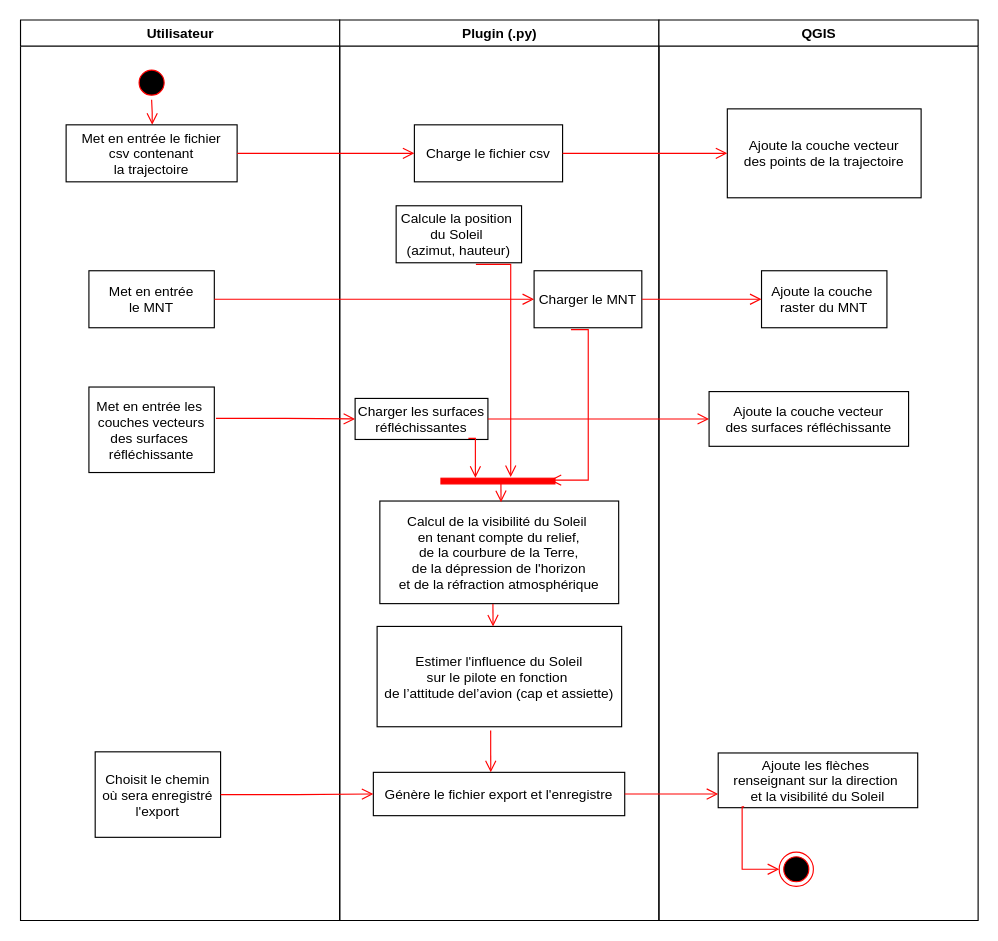
The draw.io diagram BEA/Diagramme sans nom.drawio in PaulCllch/BEA, before the edit. Source tidied: cells renumbered, new cells numbered last; positions are measured from the earlier drawing's top-left corner, leaving out a move shared by most shapes. Both pictures are drawn from the tidied source at 114%, with x=0, y=0 at pixel (19, 19).
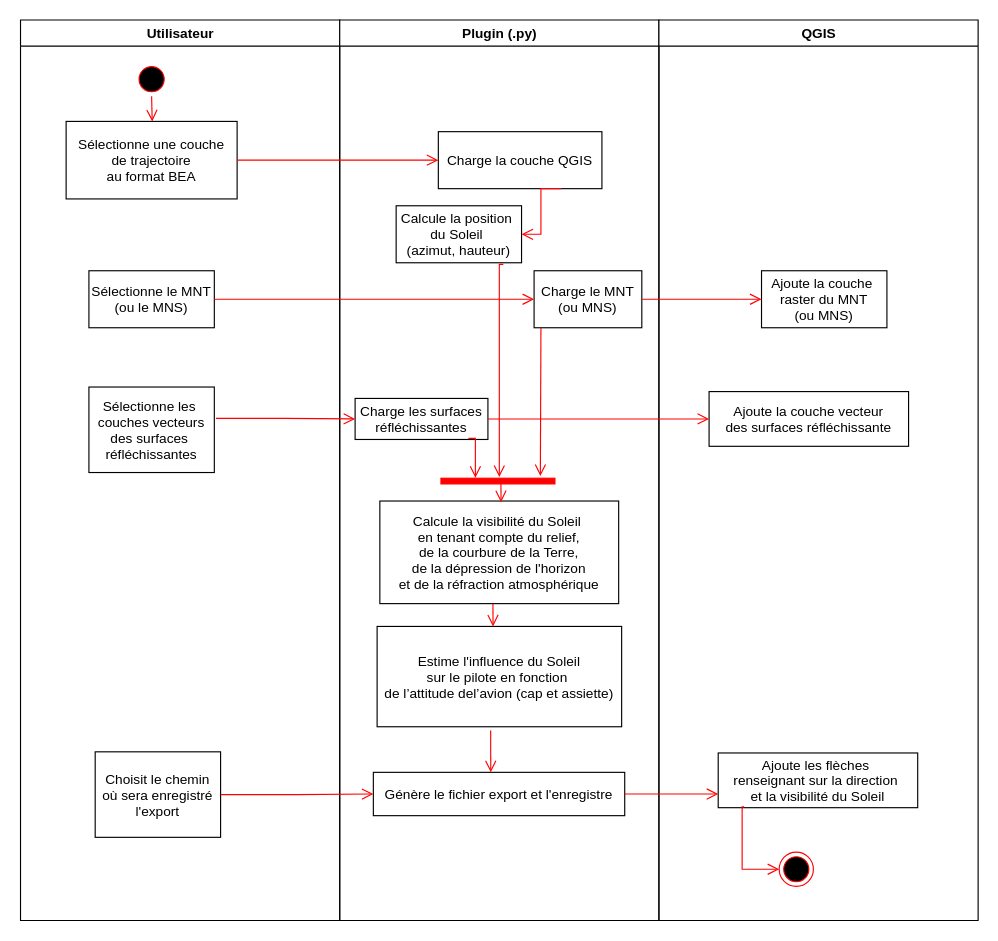
The same diagram, later.

Commit message:
Mettre à jour Activité.drawio

Unchanged cells that the change refers to:
```xml
<mxCell id="2" value="Utilisateur" style="swimlane;whiteSpace=wrap;" parent="1" vertex="1">
  <mxGeometry x="0.5" width="280" height="790" as="geometry" />
</mxCell>
<mxCell id="9" value="Plugin (.py)" style="swimlane;whiteSpace=wrap;" parent="1" vertex="1">
  <mxGeometry x="280.5" width="280" height="790" as="geometry" />
</mxCell>
<mxCell id="11" value="Calcule la position &#10;du Soleil &#10;(azimut, hauteur)" parent="9" vertex="1">
  <mxGeometry x="49.5" y="163" width="110" height="50" as="geometry" />
</mxCell>
<mxCell id="16" style="whiteSpace=wrap;strokeColor=#FF0000;fillColor=#FF0000;direction=south;" parent="9" vertex="1">
  <mxGeometry x="88.8" y="402" width="100" height="5" as="geometry" />
</mxCell>
<mxCell id="23" value="QGIS" style="swimlane;whiteSpace=wrap;startSize=23;" parent="1" vertex="1">
  <mxGeometry x="560.5" width="280" height="790" as="geometry" />
</mxCell>
```

The edit, as a diff of the source:
```diff
@@
     <mxCell id="3" style="ellipse;shape=startState;fillColor=#000000;strokeColor=#ff0000;" parent="2" vertex="1">
-      <mxGeometry x="100" y="40" width="30" height="30" as="geometry" />
+      <mxGeometry x="100" y="37" width="30" height="30" as="geometry" />
     </mxCell>
-    <mxCell id="4" style="edgeStyle=elbowEdgeStyle;elbow=horizontal;verticalAlign=bottom;endArrow=open;endSize=8;strokeColor=#FF0000;endFill=1;rounded=0;" parent="2" edge="1" source="3" target="5">
+    <mxCell id="4" style="edgeStyle=elbowEdgeStyle;elbow=horizontal;verticalAlign=bottom;endArrow=open;endSize=8;strokeColor=#FF0000;endFill=1;rounded=0;exitX=0.5;exitY=1;exitDx=0;exitDy=0;" parent="2" edge="1" source="3" target="5">
       <mxGeometry x="100" y="40" as="geometry" />
     </mxCell>
-    <mxCell id="5" value="Met en entrée le fichier&#10; csv contenant &#10;la trajectoire" parent="2" vertex="1">
-      <mxGeometry x="40" y="92" width="150" height="50" as="geometry" />
+    <mxCell id="5" value="Sélectionne une couche&#10;de trajectoire&#10;au format BEA" parent="2" vertex="1">
+      <mxGeometry x="40" y="89" width="150" height="68" as="geometry" />
     </mxCell>
-    <mxCell id="6" value="Met en entrée&#10;le MNT" parent="2" vertex="1">
+    <mxCell id="6" value="Sélectionne le MNT&#10;(ou le MNS)" parent="2" vertex="1">
       <mxGeometry x="60" y="220" width="110" height="50" as="geometry" />
     </mxCell>
-    <mxCell id="7" value="Met en entrée les &#10;couches vecteurs&#10;des surfaces &#10;réfléchissante" parent="2" vertex="1">
+    <mxCell id="7" value="Sélectionne les &#10;couches vecteurs&#10;des surfaces &#10;réfléchissantes" parent="2" vertex="1">
       <mxGeometry x="60" y="322" width="110" height="75" as="geometry" />
     </mxCell>
@@
-    <mxCell id="10" value="Charge le fichier csv" parent="9" vertex="1">
-      <mxGeometry x="65.5" y="92" width="130" height="50" as="geometry" />
+    <mxCell id="10" value="Charge la couche QGIS" parent="9" vertex="1">
+      <mxGeometry x="86.5" y="98" width="143.5" height="50" as="geometry" />
     </mxCell>
@@
-    <mxCell id="12" value="Charger le MNT" parent="9" vertex="1">
+    <mxCell id="12" value="Charge le MNT&#10;(ou MNS)" parent="9" vertex="1">
       <mxGeometry x="170.5" y="220" width="94.5" height="50" as="geometry" />
     </mxCell>
-    <mxCell id="13" value="Calcul de la visibilité du Soleil &#10;en tenant compte du relief,&#10;de la courbure de la Terre,&#10;de la dépression de l'horizon&#10;et de la réfraction atmosphérique" parent="9" vertex="1">
+    <mxCell id="13" value="Calcule la visibilité du Soleil &#10;en tenant compte du relief,&#10;de la courbure de la Terre,&#10;de la dépression de l'horizon&#10;et de la réfraction atmosphérique" parent="9" vertex="1">
       <mxGeometry x="35.2" y="422" width="209.5" height="90" as="geometry" />
     </mxCell>
-    <mxCell id="14" value="Estimer l'influence du Soleil&#10;sur le pilote en fonction &#10;de l’attitude del’avion (cap et assiette)" parent="9" vertex="1">
+    <mxCell id="14" value="Estime l'influence du Soleil&#10;sur le pilote en fonction &#10;de l’attitude del’avion (cap et assiette)" parent="9" vertex="1">
       <mxGeometry x="32.8" y="532" width="214.5" height="88" as="geometry" />
     </mxCell>
-    <mxCell id="15" value="Charger les surfaces&#10;réfléchissantes" parent="9" vertex="1">
+    <mxCell id="15" value="Charge les surfaces&#10;réfléchissantes" parent="9" vertex="1">
       <mxGeometry x="13.5" y="332" width="116.5" height="36" as="geometry" />
     </mxCell>
@@
-    <mxCell id="20" style="edgeStyle=elbowEdgeStyle;elbow=horizontal;verticalAlign=bottom;endArrow=open;endSize=8;strokeColor=#FF0000;endFill=1;rounded=0;exitX=0.342;exitY=1.033;exitDx=0;exitDy=0;entryX=0.333;entryY=0.046;entryDx=0;entryDy=0;exitPerimeter=0;entryPerimeter=0;" parent="9" edge="1" source="12" target="16">
+    <mxCell id="20" style="edgeStyle=elbowEdgeStyle;elbow=horizontal;verticalAlign=bottom;endArrow=open;endSize=8;strokeColor=#FF0000;endFill=1;rounded=0;" parent="9" edge="1">
       <mxGeometry x="40" y="138" as="geometry">
+        <mxPoint x="176.5" y="270" as="sourcePoint" />
+        <mxPoint x="176.5" y="400" as="targetPoint" />
         <Array as="points">
-          <mxPoint x="218" y="340" />
+          <mxPoint x="176" y="330" />
         </Array>
       </mxGeometry>
     </mxCell>
-    <mxCell id="21" style="edgeStyle=elbowEdgeStyle;elbow=horizontal;verticalAlign=bottom;endArrow=open;endSize=8;strokeColor=#FF0000;endFill=1;rounded=0;exitX=0.636;exitY=1.027;exitDx=0;exitDy=0;entryX=-0.2;entryY=0.386;entryDx=0;entryDy=0;exitPerimeter=0;entryPerimeter=0;" parent="9" edge="1" source="11" target="16">
+    <mxCell id="21" style="edgeStyle=elbowEdgeStyle;elbow=horizontal;verticalAlign=bottom;endArrow=open;endSize=8;strokeColor=#FF0000;endFill=1;rounded=0;exitX=0.636;exitY=1.027;exitDx=0;exitDy=0;exitPerimeter=0;" parent="9" edge="1">
       <mxGeometry x="-404.5" y="128" as="geometry">
+        <mxPoint x="143.5" y="214.4" as="sourcePoint" />
+        <mxPoint x="140.5" y="401" as="targetPoint" />
         <Array as="points">
-          <mxPoint x="150" y="310" />
+          <mxPoint x="140" y="300" />
         </Array>
       </mxGeometry>
     </mxCell>
@@
+    <mxCell id="39" style="edgeStyle=elbowEdgeStyle;elbow=horizontal;verticalAlign=bottom;endArrow=open;endSize=8;strokeColor=#FF0000;endFill=1;rounded=0;exitX=0.75;exitY=1;exitDx=0;exitDy=0;entryX=1;entryY=0.5;entryDx=0;entryDy=0;" parent="9" edge="1" source="10" target="11">
+      <mxGeometry x="40" y="138" as="geometry" />
+    </mxCell>
@@
-    <mxCell id="24" value="Ajoute la couche &#10;raster du MNT" parent="23" vertex="1">
+    <mxCell id="24" value="Ajoute la couche &#10;raster du MNT&#10;(ou MNS)" parent="23" vertex="1">
       <mxGeometry x="90" y="220" width="110" height="50" as="geometry" />
     </mxCell>
@@
-    <mxCell id="26" value="Ajoute la couche vecteur&#10;des points de la trajectoire" parent="23" vertex="1">
-      <mxGeometry x="60" y="78" width="170" height="78" as="geometry" />
-    </mxCell>
@@
-    <mxCell id="31" style="edgeStyle=elbowEdgeStyle;elbow=horizontal;verticalAlign=bottom;endArrow=open;endSize=8;strokeColor=#FF0000;endFill=1;rounded=0;exitX=1;exitY=0.5;exitDx=0;exitDy=0;entryX=0;entryY=0.5;entryDx=0;entryDy=0;" parent="1" edge="1" source="10" target="26">
-      <mxGeometry x="484.5" y="148" as="geometry" />
-    </mxCell>
```
